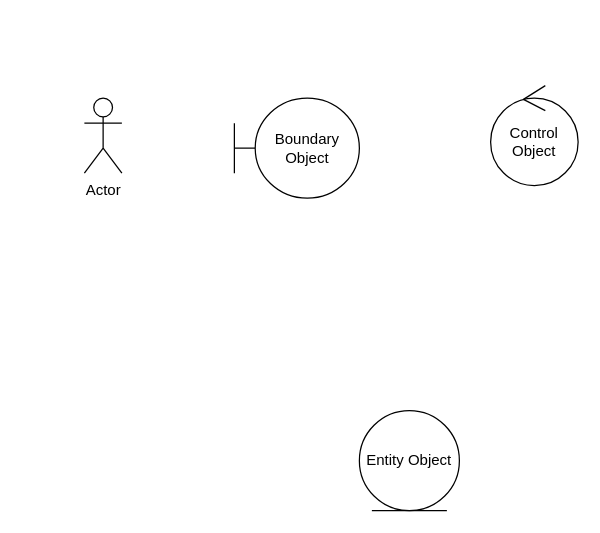
This is Collaboration Diagram.drawio from astrrr/Right-posture, a draw.io file, before an edit. Source tidied: cells renumbered, new cells numbered last; positions are measured from the earlier drawing's top-left corner, leaving out a move shared by most shapes. Both pictures are drawn from the tidied source at 125%, with x=0, y=0 at pixel (84, 85).
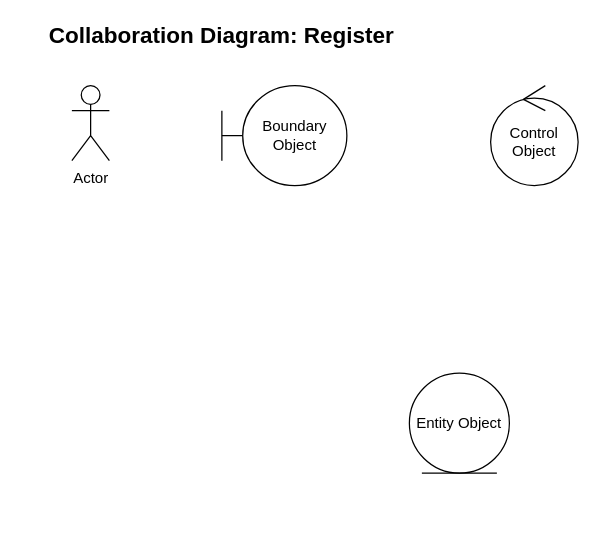
The same page after the edit.

Diff of the diagram source:
```diff
@@
 <mxGraphModel>
   <root>
     <mxCell id="0" />
     <mxCell id="1" parent="0" />
     <mxCell id="2" value="Actor" style="shape=umlActor;verticalLabelPosition=bottom;verticalAlign=top;html=1;" parent="1" vertex="1">
-      <mxGeometry y="10" width="30" height="60" as="geometry" />
+      <mxGeometry x="-10" width="30" height="60" as="geometry" />
     </mxCell>
     <mxCell id="3" value="Boundary Object" style="shape=umlBoundary;whiteSpace=wrap;html=1;" parent="1" vertex="1">
-      <mxGeometry x="120" y="10" width="100" height="80" as="geometry" />
+      <mxGeometry x="110" width="100" height="80" as="geometry" />
     </mxCell>
     <mxCell id="4" value="Control Object" style="ellipse;shape=umlControl;whiteSpace=wrap;html=1;" parent="1" vertex="1">
       <mxGeometry x="325" width="70" height="80" as="geometry" />
     </mxCell>
     <mxCell id="5" value="Entity Object" style="ellipse;shape=umlEntity;whiteSpace=wrap;html=1;" parent="1" vertex="1">
-      <mxGeometry x="220" y="260" width="80" height="80" as="geometry" />
+      <mxGeometry x="260" y="230" width="80" height="80" as="geometry" />
     </mxCell>
+    <mxCell id="6" value="&lt;b&gt;&lt;font style=&quot;font-size: 18px&quot;&gt;Collaboration Diagram: Register&lt;/font&gt;&lt;/b&gt;" style="text;html=1;strokeColor=none;fillColor=none;align=center;verticalAlign=middle;whiteSpace=wrap;rounded=0;" parent="1" vertex="1">
+      <mxGeometry x="-50" y="-50" width="320" height="20" as="geometry" />
+    </mxCell>
   </root>
 </mxGraphModel>
```
